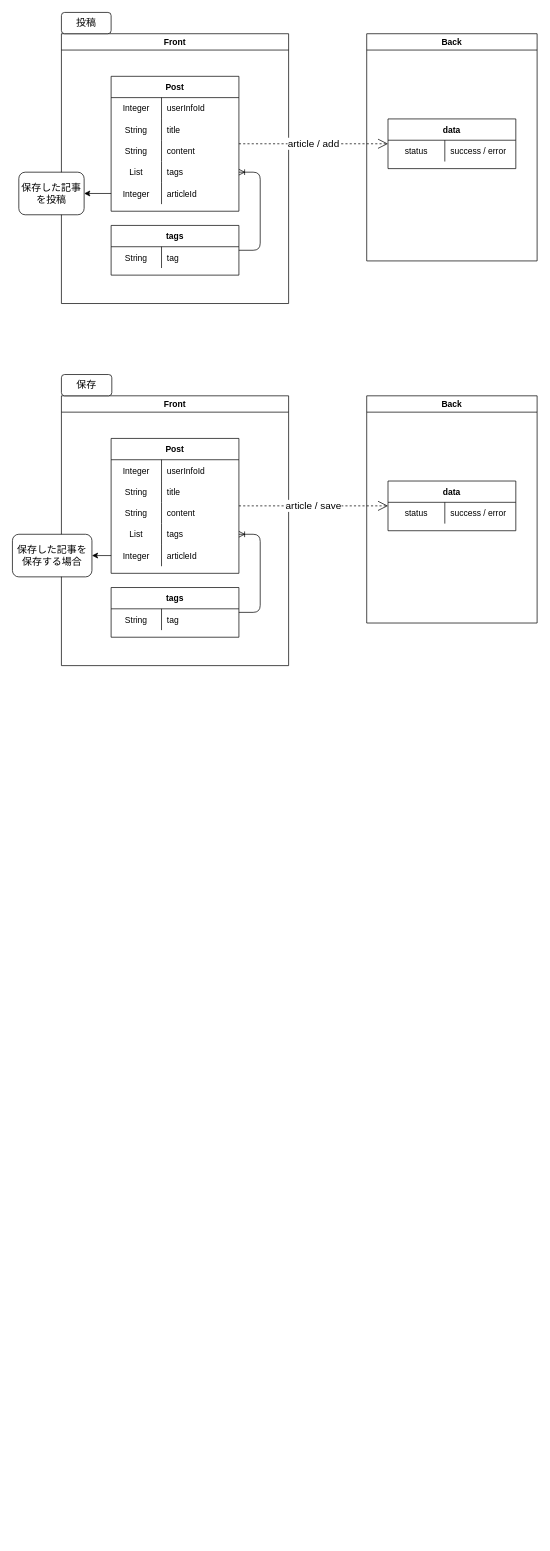
Before: page "[機能]記事投稿" (16 of 22) of Designs/基本設計.drawio in yusuke-rakus/Qiish, a draw.io diagram. Source tidied: cells renumbered, new cells numbered last; positions are measured from the earlier drawing's top-left corner, leaving out a move shared by most shapes. Both pictures are drawn from the tidied source at 71%, with x=0, y=0 at pixel (12, 12).
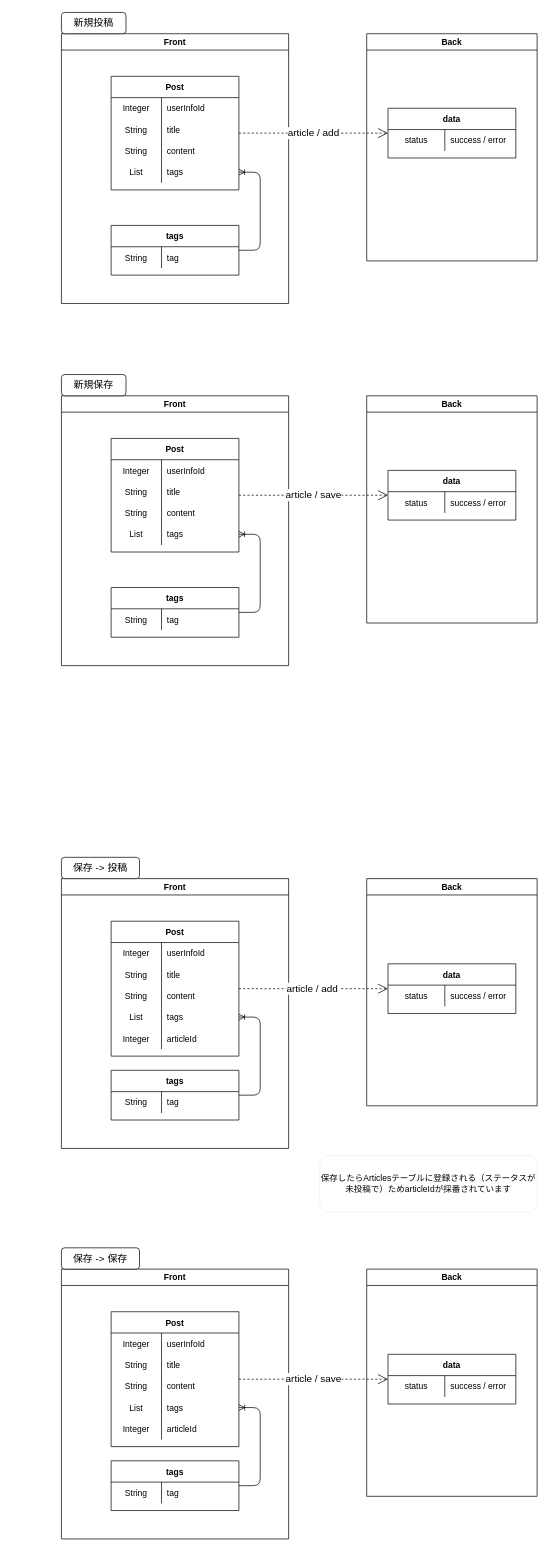
The same diagram, later.

The change refers to these unchanged cells:
```xml
<mxCell id="2" value="Front" style="swimlane;" parent="1" vertex="1">
  <mxGeometry x="69" y="30" width="320" height="380" as="geometry" />
</mxCell>
<mxCell id="24" value="Back" style="swimlane;" parent="1" vertex="1">
  <mxGeometry x="499" y="30" width="240" height="320" as="geometry" />
</mxCell>
<mxCell id="31" value="Front" style="swimlane;" parent="1" vertex="1">
  <mxGeometry x="69" y="540" width="320" height="380" as="geometry" />
</mxCell>
<mxCell id="53" value="Back" style="swimlane;" parent="1" vertex="1">
  <mxGeometry x="499" y="540" width="240" height="320" as="geometry" />
</mxCell>
```

Diff of the diagram source:
```diff
@@
     <mxCell id="3" value="Post" style="shape=table;startSize=30;childLayout=tableLayout;rowLines=0;fontStyle=1;align=center;" parent="2" vertex="1">
-      <mxGeometry x="70" y="60" width="180" height="190" as="geometry" />
+      <mxGeometry x="70" y="60" width="180" height="160" as="geometry" />
     </mxCell>
@@
-    <mxCell id="16" style="shape=partialRectangle;fillColor=none;top=0;left=0;bottom=0;right=0;points=[[0,0.5],[1,0.5]];portConstraint=eastwest;" parent="3" vertex="1">
-      <mxGeometry y="150" width="180" height="30" as="geometry" />
-    </mxCell>
-    <mxCell id="17" value="Integer" style="shape=partialRectangle;fillColor=none;top=0;left=0;bottom=0;right=0;overflow=hidden;" parent="16" vertex="1">
-      <mxGeometry width="71" height="30" as="geometry" />
-    </mxCell>
-    <mxCell id="18" value="articleId" style="shape=partialRectangle;fillColor=none;top=0;left=0;bottom=0;right=0;align=left;spacingLeft=6;overflow=hidden;" parent="16" vertex="1">
-      <mxGeometry x="71" width="109" height="30" as="geometry" />
-    </mxCell>
@@
     <mxCell id="25" value="data" style="shape=table;startSize=30;childLayout=tableLayout;rowLines=0;fontStyle=1;align=center;" parent="24" vertex="1">
-      <mxGeometry x="30" y="120" width="180" height="70" as="geometry" />
+      <mxGeometry x="30" y="105" width="180" height="70" as="geometry" />
     </mxCell>
@@
-    <mxCell id="30" value="&lt;font style=&quot;font-size: 14px&quot;&gt;投稿&lt;/font&gt;" style="rounded=1;whiteSpace=wrap;html=1;" parent="1" vertex="1">
-      <mxGeometry x="69" width="70" height="30" as="geometry" />
+    <mxCell id="30" value="&lt;font style=&quot;font-size: 14px&quot;&gt;新規投稿&lt;/font&gt;" style="rounded=1;whiteSpace=wrap;html=1;" parent="1" vertex="1">
+      <mxGeometry x="69" width="91" height="30" as="geometry" />
     </mxCell>
@@
     <mxCell id="32" value="Post" style="shape=table;startSize=30;childLayout=tableLayout;rowLines=0;fontStyle=1;align=center;" parent="31" vertex="1">
-      <mxGeometry x="70" y="60" width="180" height="190" as="geometry" />
+      <mxGeometry x="70" y="60" width="180" height="160" as="geometry" />
     </mxCell>
@@
-    <mxCell id="45" style="shape=partialRectangle;fillColor=none;top=0;left=0;bottom=0;right=0;points=[[0,0.5],[1,0.5]];portConstraint=eastwest;" parent="32" vertex="1">
-      <mxGeometry y="150" width="180" height="30" as="geometry" />
-    </mxCell>
-    <mxCell id="46" value="Integer" style="shape=partialRectangle;fillColor=none;top=0;left=0;bottom=0;right=0;overflow=hidden;" parent="45" vertex="1">
-      <mxGeometry width="71" height="30" as="geometry" />
-    </mxCell>
-    <mxCell id="47" value="articleId" style="shape=partialRectangle;fillColor=none;top=0;left=0;bottom=0;right=0;align=left;spacingLeft=6;overflow=hidden;" parent="45" vertex="1">
-      <mxGeometry x="71" width="109" height="30" as="geometry" />
-    </mxCell>
@@
     <mxCell id="54" value="data" style="shape=table;startSize=30;childLayout=tableLayout;rowLines=0;fontStyle=1;align=center;" parent="53" vertex="1">
-      <mxGeometry x="30" y="120" width="180" height="70" as="geometry" />
+      <mxGeometry x="30" y="105" width="180" height="70" as="geometry" />
     </mxCell>
@@
-    <mxCell id="59" value="&lt;font style=&quot;font-size: 14px&quot;&gt;保存&lt;/font&gt;" style="rounded=1;whiteSpace=wrap;html=1;" parent="1" vertex="1">
-      <mxGeometry x="69" y="510" width="71" height="30" as="geometry" />
-    </mxCell>
-    <mxCell id="60" value="&lt;font style=&quot;font-size: 14px&quot;&gt;保存した記事を保存する場合&lt;/font&gt;" style="rounded=1;whiteSpace=wrap;html=1;" parent="1" vertex="1">
-      <mxGeometry y="735" width="112" height="60" as="geometry" />
-    </mxCell>
-    <mxCell id="61" style="endArrow=classic;html=1;" parent="1" edge="1" source="45" target="60">
-      <mxGeometry relative="1" as="geometry" />
-    </mxCell>
-    <mxCell id="62" value="&lt;font style=&quot;font-size: 14px&quot;&gt;保存した記事を投稿&lt;/font&gt;" style="rounded=1;whiteSpace=wrap;html=1;" parent="1" vertex="1">
-      <mxGeometry x="9" y="225" width="92" height="60" as="geometry" />
-    </mxCell>
-    <mxCell id="63" style="endArrow=classic;html=1;" parent="1" edge="1" source="16" target="62">
-      <mxGeometry relative="1" as="geometry" />
-    </mxCell>
+    <mxCell id="64" value="Front" style="swimlane;" parent="1" vertex="1">
+      <mxGeometry x="69" y="1770" width="320" height="380" as="geometry" />
+    </mxCell>
+    <mxCell id="65" value="Post" style="shape=table;startSize=30;childLayout=tableLayout;rowLines=0;fontStyle=1;align=center;" parent="64" vertex="1">
+      <mxGeometry x="70" y="60" width="180" height="190" as="geometry" />
+    </mxCell>
+    <mxCell id="66" style="shape=partialRectangle;fillColor=none;top=0;left=0;bottom=0;right=0;strokeColor=#FF0000;" parent="65" vertex="1">
+      <mxGeometry y="30" width="180" height="30" as="geometry" />
+    </mxCell>
+    <mxCell id="67" value="Integer" style="shape=partialRectangle;fillColor=none;top=0;left=0;bottom=0;right=0;overflow=hidden;" parent="66" vertex="1">
+      <mxGeometry width="71" height="30" as="geometry" />
+    </mxCell>
+    <mxCell id="68" value="userInfoId" style="shape=partialRectangle;fillColor=none;top=0;left=0;bottom=0;right=0;align=left;spacingLeft=6;overflow=hidden;" parent="66" vertex="1">
+      <mxGeometry x="71" width="109" height="30" as="geometry" />
+    </mxCell>
+    <mxCell id="69" style="shape=partialRectangle;fillColor=none;top=0;left=0;bottom=0;right=0;" parent="65" vertex="1">
+      <mxGeometry y="60" width="180" height="30" as="geometry" />
+    </mxCell>
+    <mxCell id="70" value="String" style="shape=partialRectangle;fillColor=none;top=0;left=0;bottom=0;right=0;overflow=hidden;" parent="69" vertex="1">
+      <mxGeometry width="71" height="30" as="geometry" />
+    </mxCell>
+    <mxCell id="71" value="title" style="shape=partialRectangle;fillColor=none;top=0;left=0;bottom=0;right=0;align=left;spacingLeft=6;overflow=hidden;strokeColor=#FF0000;" parent="69" vertex="1">
+      <mxGeometry x="71" width="109" height="30" as="geometry" />
+    </mxCell>
+    <mxCell id="72" style="shape=partialRectangle;fillColor=none;top=0;left=0;bottom=0;right=0;" parent="65" vertex="1">
+      <mxGeometry y="90" width="180" height="30" as="geometry" />
+    </mxCell>
+    <mxCell id="73" value="String" style="shape=partialRectangle;fillColor=none;top=0;left=0;bottom=0;right=0;overflow=hidden;" parent="72" vertex="1">
+      <mxGeometry width="71" height="30" as="geometry" />
+    </mxCell>
+    <mxCell id="74" value="content" style="shape=partialRectangle;fillColor=none;top=0;left=0;bottom=0;right=0;align=left;spacingLeft=6;overflow=hidden;" parent="72" vertex="1">
+      <mxGeometry x="71" width="109" height="30" as="geometry" />
+    </mxCell>
+    <mxCell id="75" style="shape=partialRectangle;fillColor=none;top=0;left=0;bottom=0;right=0;points=[[0,0.5],[1,0.5]];portConstraint=eastwest;" parent="65" vertex="1">
+      <mxGeometry y="120" width="180" height="30" as="geometry" />
+    </mxCell>
+    <mxCell id="76" value="List" style="shape=partialRectangle;fillColor=none;top=0;left=0;bottom=0;right=0;overflow=hidden;" parent="75" vertex="1">
+      <mxGeometry width="71" height="30" as="geometry" />
+    </mxCell>
+    <mxCell id="77" value="tags" style="shape=partialRectangle;fillColor=none;top=0;left=0;bottom=0;right=0;align=left;spacingLeft=6;overflow=hidden;" parent="75" vertex="1">
+      <mxGeometry x="71" width="109" height="30" as="geometry" />
+    </mxCell>
+    <mxCell id="78" style="shape=partialRectangle;fillColor=none;top=0;left=0;bottom=0;right=0;" parent="65" vertex="1">
+      <mxGeometry y="150" width="180" height="30" as="geometry" />
+    </mxCell>
+    <mxCell id="79" value="Integer" style="shape=partialRectangle;fillColor=none;top=0;left=0;bottom=0;right=0;overflow=hidden;" parent="78" vertex="1">
+      <mxGeometry width="71" height="30" as="geometry" />
+    </mxCell>
+    <mxCell id="80" value="articleId" style="shape=partialRectangle;fillColor=none;top=0;left=0;bottom=0;right=0;align=left;spacingLeft=6;overflow=hidden;" parent="78" vertex="1">
+      <mxGeometry x="71" width="109" height="30" as="geometry" />
+    </mxCell>
+    <mxCell id="81" value="tags" style="shape=table;startSize=30;childLayout=tableLayout;rowLines=0;fontStyle=1;align=center;" parent="64" vertex="1">
+      <mxGeometry x="70" y="270" width="180" height="70" as="geometry" />
+    </mxCell>
+    <mxCell id="82" style="shape=partialRectangle;fillColor=none;top=0;left=0;bottom=0;right=0;" parent="81" vertex="1">
+      <mxGeometry y="30" width="180" height="30" as="geometry" />
+    </mxCell>
+    <mxCell id="83" value="String" style="shape=partialRectangle;fillColor=none;top=0;left=0;bottom=0;right=0;overflow=hidden;" parent="82" vertex="1">
+      <mxGeometry width="71" height="30" as="geometry" />
+    </mxCell>
+    <mxCell id="84" value="tag" style="shape=partialRectangle;fillColor=none;top=0;left=0;bottom=0;right=0;align=left;spacingLeft=6;overflow=hidden;" parent="82" vertex="1">
+      <mxGeometry x="71" width="109" height="30" as="geometry" />
+    </mxCell>
+    <mxCell id="85" style="edgeStyle=entityRelationEdgeStyle;fontSize=12;html=1;endArrow=ERoneToMany;" parent="64" edge="1" source="81" target="75">
+      <mxGeometry relative="1" as="geometry" />
+    </mxCell>
+    <mxCell id="86" value="Back" style="swimlane;" parent="1" vertex="1">
+      <mxGeometry x="499" y="1770" width="240" height="320" as="geometry" />
+    </mxCell>
+    <mxCell id="87" value="data" style="shape=table;startSize=30;childLayout=tableLayout;rowLines=0;fontStyle=1;align=center;" parent="86" vertex="1">
+      <mxGeometry x="30" y="120" width="180" height="70" as="geometry" />
+    </mxCell>
+    <mxCell id="88" style="shape=partialRectangle;fillColor=none;top=0;left=0;bottom=0;right=0;" parent="87" vertex="1">
+      <mxGeometry y="30" width="180" height="30" as="geometry" />
+    </mxCell>
+    <mxCell id="89" value="status" style="shape=partialRectangle;fillColor=none;top=0;left=0;bottom=0;right=0;overflow=hidden;" parent="88" vertex="1">
+      <mxGeometry width="80" height="30" as="geometry" />
+    </mxCell>
+    <mxCell id="90" value="success / error" style="shape=partialRectangle;fillColor=none;top=0;left=0;bottom=0;right=0;align=left;spacingLeft=6;overflow=hidden;" parent="88" vertex="1">
+      <mxGeometry x="80" width="100" height="30" as="geometry" />
+    </mxCell>
+    <mxCell id="91" value="&lt;font style=&quot;font-size: 14px&quot;&gt;article / save&lt;br&gt;&lt;/font&gt;" style="endArrow=open;endSize=12;dashed=1;html=1;" parent="1" edge="1" source="65" target="87">
+      <mxGeometry relative="1" as="geometry" />
+    </mxCell>
+    <mxCell id="92" value="Front" style="swimlane;" parent="1" vertex="1">
+      <mxGeometry x="69" y="1220" width="320" height="380" as="geometry" />
+    </mxCell>
+    <mxCell id="93" value="Post" style="shape=table;startSize=30;childLayout=tableLayout;rowLines=0;fontStyle=1;align=center;" parent="92" vertex="1">
+      <mxGeometry x="70" y="60" width="180" height="190" as="geometry" />
+    </mxCell>
+    <mxCell id="94" style="shape=partialRectangle;fillColor=none;top=0;left=0;bottom=0;right=0;strokeColor=#FF0000;" parent="93" vertex="1">
+      <mxGeometry y="30" width="180" height="30" as="geometry" />
+    </mxCell>
+    <mxCell id="95" value="Integer" style="shape=partialRectangle;fillColor=none;top=0;left=0;bottom=0;right=0;overflow=hidden;" parent="94" vertex="1">
+      <mxGeometry width="71" height="30" as="geometry" />
+    </mxCell>
+    <mxCell id="96" value="userInfoId" style="shape=partialRectangle;fillColor=none;top=0;left=0;bottom=0;right=0;align=left;spacingLeft=6;overflow=hidden;" parent="94" vertex="1">
+      <mxGeometry x="71" width="109" height="30" as="geometry" />
+    </mxCell>
+    <mxCell id="97" style="shape=partialRectangle;fillColor=none;top=0;left=0;bottom=0;right=0;" parent="93" vertex="1">
+      <mxGeometry y="60" width="180" height="30" as="geometry" />
+    </mxCell>
+    <mxCell id="98" value="String" style="shape=partialRectangle;fillColor=none;top=0;left=0;bottom=0;right=0;overflow=hidden;" parent="97" vertex="1">
+      <mxGeometry width="71" height="30" as="geometry" />
+    </mxCell>
+    <mxCell id="99" value="title" style="shape=partialRectangle;fillColor=none;top=0;left=0;bottom=0;right=0;align=left;spacingLeft=6;overflow=hidden;strokeColor=#FF0000;" parent="97" vertex="1">
+      <mxGeometry x="71" width="109" height="30" as="geometry" />
+    </mxCell>
+    <mxCell id="100" style="shape=partialRectangle;fillColor=none;top=0;left=0;bottom=0;right=0;" parent="93" vertex="1">
+      <mxGeometry y="90" width="180" height="30" as="geometry" />
+    </mxCell>
+    <mxCell id="101" value="String" style="shape=partialRectangle;fillColor=none;top=0;left=0;bottom=0;right=0;overflow=hidden;" parent="100" vertex="1">
+      <mxGeometry width="71" height="30" as="geometry" />
+    </mxCell>
+    <mxCell id="102" value="content" style="shape=partialRectangle;fillColor=none;top=0;left=0;bottom=0;right=0;align=left;spacingLeft=6;overflow=hidden;" parent="100" vertex="1">
+      <mxGeometry x="71" width="109" height="30" as="geometry" />
+    </mxCell>
+    <mxCell id="103" style="shape=partialRectangle;fillColor=none;top=0;left=0;bottom=0;right=0;points=[[0,0.5],[1,0.5]];portConstraint=eastwest;" parent="93" vertex="1">
+      <mxGeometry y="120" width="180" height="30" as="geometry" />
+    </mxCell>
+    <mxCell id="104" value="List" style="shape=partialRectangle;fillColor=none;top=0;left=0;bottom=0;right=0;overflow=hidden;" parent="103" vertex="1">
+      <mxGeometry width="71" height="30" as="geometry" />
+    </mxCell>
+    <mxCell id="105" value="tags" style="shape=partialRectangle;fillColor=none;top=0;left=0;bottom=0;right=0;align=left;spacingLeft=6;overflow=hidden;" parent="103" vertex="1">
+      <mxGeometry x="71" width="109" height="30" as="geometry" />
+    </mxCell>
+    <mxCell id="106" style="shape=partialRectangle;fillColor=none;top=0;left=0;bottom=0;right=0;" parent="93" vertex="1">
+      <mxGeometry y="150" width="180" height="30" as="geometry" />
+    </mxCell>
+    <mxCell id="107" value="Integer" style="shape=partialRectangle;fillColor=none;top=0;left=0;bottom=0;right=0;overflow=hidden;" parent="106" vertex="1">
+      <mxGeometry width="71" height="30" as="geometry" />
+    </mxCell>
+    <mxCell id="108" value="articleId" style="shape=partialRectangle;fillColor=none;top=0;left=0;bottom=0;right=0;align=left;spacingLeft=6;overflow=hidden;" parent="106" vertex="1">
+      <mxGeometry x="71" width="109" height="30" as="geometry" />
+    </mxCell>
+    <mxCell id="109" value="tags" style="shape=table;startSize=30;childLayout=tableLayout;rowLines=0;fontStyle=1;align=center;" parent="92" vertex="1">
+      <mxGeometry x="70" y="270" width="180" height="70" as="geometry" />
+    </mxCell>
+    <mxCell id="110" style="shape=partialRectangle;fillColor=none;top=0;left=0;bottom=0;right=0;" parent="109" vertex="1">
+      <mxGeometry y="30" width="180" height="30" as="geometry" />
+    </mxCell>
+    <mxCell id="111" value="String" style="shape=partialRectangle;fillColor=none;top=0;left=0;bottom=0;right=0;overflow=hidden;" parent="110" vertex="1">
+      <mxGeometry width="71" height="30" as="geometry" />
+    </mxCell>
+    <mxCell id="112" value="tag" style="shape=partialRectangle;fillColor=none;top=0;left=0;bottom=0;right=0;align=left;spacingLeft=6;overflow=hidden;" parent="110" vertex="1">
+      <mxGeometry x="71" width="109" height="30" as="geometry" />
+    </mxCell>
+    <mxCell id="113" style="edgeStyle=entityRelationEdgeStyle;fontSize=12;html=1;endArrow=ERoneToMany;" parent="92" edge="1" source="109" target="103">
+      <mxGeometry relative="1" as="geometry" />
+    </mxCell>
+    <mxCell id="114" value="Back" style="swimlane;" parent="1" vertex="1">
+      <mxGeometry x="499" y="1220" width="240" height="320" as="geometry" />
+    </mxCell>
+    <mxCell id="115" value="data" style="shape=table;startSize=30;childLayout=tableLayout;rowLines=0;fontStyle=1;align=center;" parent="114" vertex="1">
+      <mxGeometry x="30" y="120" width="180" height="70" as="geometry" />
+    </mxCell>
+    <mxCell id="116" style="shape=partialRectangle;fillColor=none;top=0;left=0;bottom=0;right=0;" parent="115" vertex="1">
+      <mxGeometry y="30" width="180" height="30" as="geometry" />
+    </mxCell>
+    <mxCell id="117" value="status" style="shape=partialRectangle;fillColor=none;top=0;left=0;bottom=0;right=0;overflow=hidden;" parent="116" vertex="1">
+      <mxGeometry width="80" height="30" as="geometry" />
+    </mxCell>
+    <mxCell id="118" value="success / error" style="shape=partialRectangle;fillColor=none;top=0;left=0;bottom=0;right=0;align=left;spacingLeft=6;overflow=hidden;" parent="116" vertex="1">
+      <mxGeometry x="80" width="100" height="30" as="geometry" />
+    </mxCell>
+    <mxCell id="119" value="&lt;font style=&quot;font-size: 14px&quot;&gt;article / add&amp;nbsp;&lt;br&gt;&lt;/font&gt;" style="endArrow=open;endSize=12;dashed=1;html=1;" parent="1" edge="1" source="93" target="115">
+      <mxGeometry relative="1" as="geometry" />
+    </mxCell>
+    <mxCell id="120" value="&lt;font style=&quot;font-size: 14px&quot;&gt;保存 -&amp;gt; 投稿&lt;/font&gt;" style="rounded=1;whiteSpace=wrap;html=1;" parent="1" vertex="1">
+      <mxGeometry x="69" y="1190" width="110" height="30" as="geometry" />
+    </mxCell>
+    <mxCell id="121" value="&lt;font style=&quot;font-size: 14px&quot;&gt;新規保存&lt;/font&gt;" style="rounded=1;whiteSpace=wrap;html=1;" parent="1" vertex="1">
+      <mxGeometry x="69" y="510" width="91" height="30" as="geometry" />
+    </mxCell>
+    <mxCell id="122" value="&lt;font style=&quot;font-size: 14px&quot;&gt;保存 -&amp;gt; 保存&lt;/font&gt;" style="rounded=1;whiteSpace=wrap;html=1;" parent="1" vertex="1">
+      <mxGeometry x="69" y="1740" width="110" height="30" as="geometry" />
+    </mxCell>
+    <mxCell id="123" value="保存したらArticlesテーブルに登録される（ステータスが未投稿で）ためarticleIdが採番されています" style="rounded=1;whiteSpace=wrap;html=1;strokeColor=#F0F0F0;" parent="1" vertex="1">
+      <mxGeometry x="433" y="1610" width="306" height="80" as="geometry" />
+    </mxCell>
```
